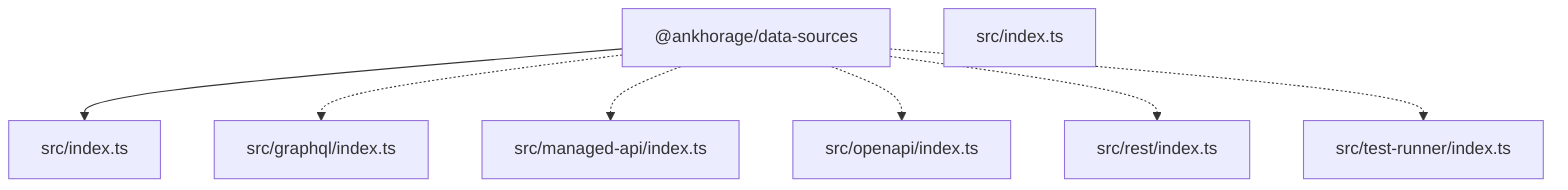
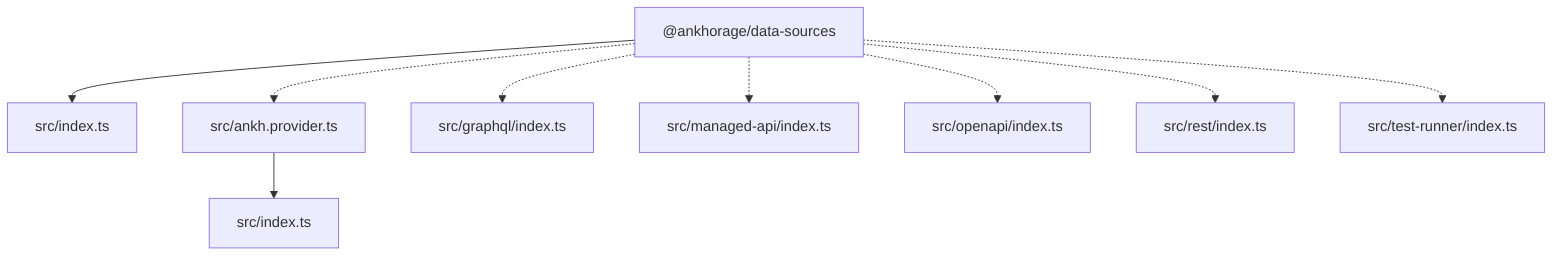
graph TD
  package__ankhorage_data_sources["@ankhorage/data-sources"]
  entrypoint_src_index_ts["src/index.ts"]
  package__ankhorage_data_sources --> entrypoint_src_index_ts
+   module_src_ankh_provider_ts["src/ankh.provider.ts"]
+   package__ankhorage_data_sources -.-> module_src_ankh_provider_ts
+   module_src_ankh_provider_ts --> module_src_index_ts
  module_src_graphql_index_ts["src/graphql/index.ts"]
  package__ankhorage_data_sources -.-> module_src_graphql_index_ts
  module_src_index_ts["src/index.ts"]
  module_src_managed_api_index_ts["src/managed-api/index.ts"]
  package__ankhorage_data_sources -.-> module_src_managed_api_index_ts
  module_src_openapi_index_ts["src/openapi/index.ts"]
  package__ankhorage_data_sources -.-> module_src_openapi_index_ts
  module_src_rest_index_ts["src/rest/index.ts"]
  package__ankhorage_data_sources -.-> module_src_rest_index_ts
  module_src_test_runner_index_ts["src/test-runner/index.ts"]
  package__ankhorage_data_sources -.-> module_src_test_runner_index_ts
